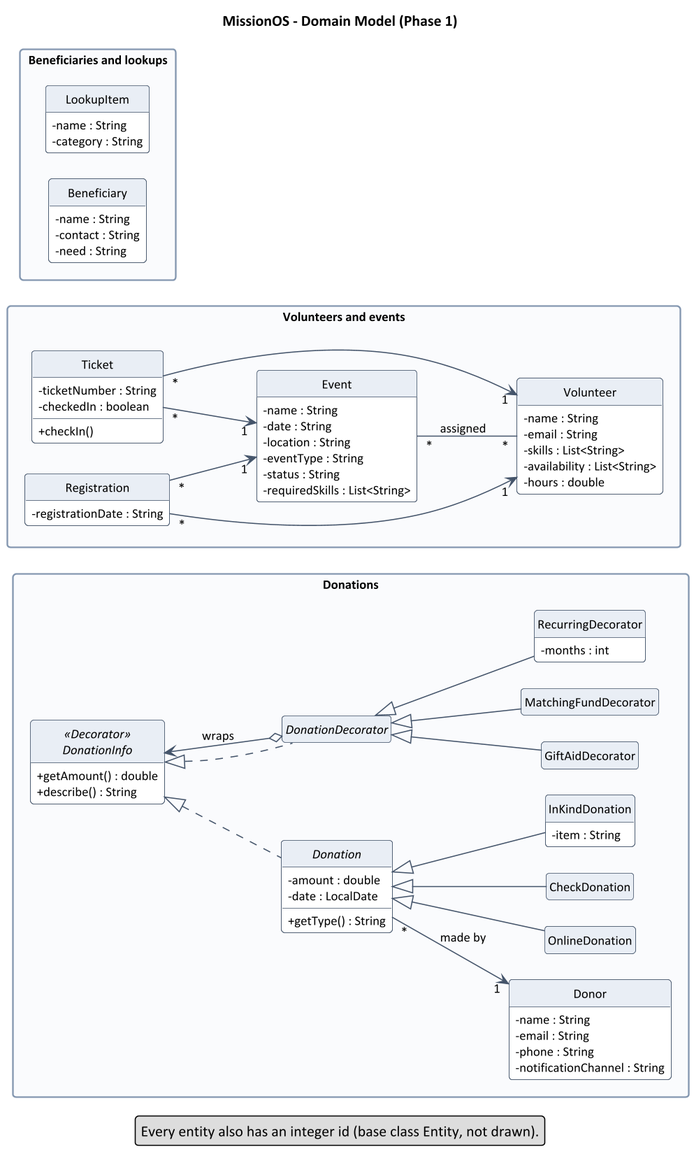
Earlier version of the PlantUML export docs/diagrams/class-diagram-domain.png (Zeyad88Gowaily/Design-Patterns-Project).
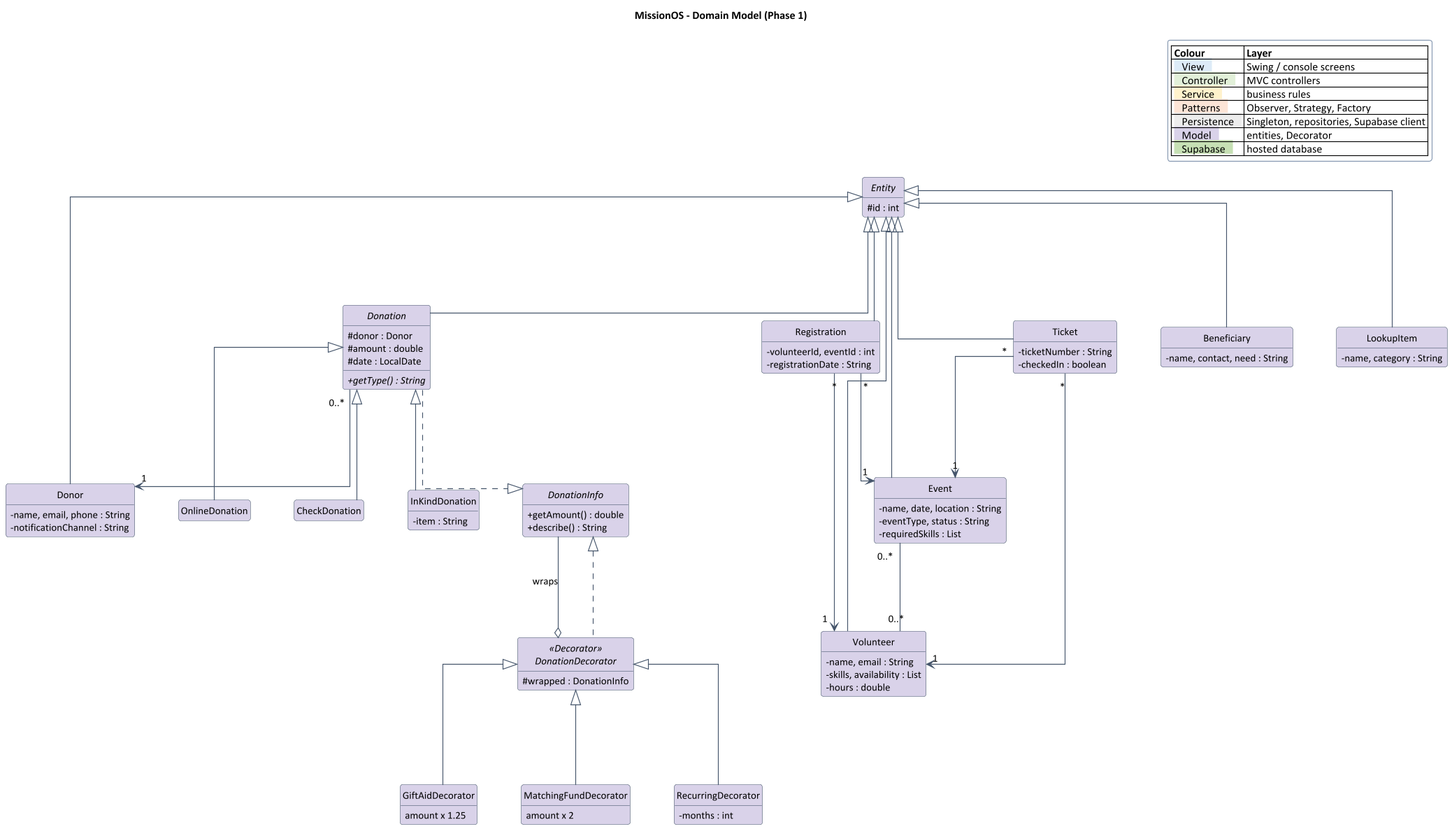
After the change.

The edit, as a diff of the source:
```diff
@@ -1,106 +1,112 @@
 @startuml
-skinparamlocked dpi 150
+skinparamlocked dpi 110
 title MissionOS - Domain Model (Phase 1)
 skinparam shadowing false
 skinparam defaultFontName Calibri
-skinparam defaultFontSize 12
+skinparam defaultFontSize 13
 skinparam classAttributeIconSize 0
 skinparam roundCorner 6
-skinparam nodesep 24
-skinparam ranksep 40
-skinparam packageStyle rectangle
+skinparam nodesep 55
+skinparam ranksep 110
+skinparam linetype ortho
 skinparam ArrowColor #44546A
 skinparam ClassBorderColor #44546A
-skinparam ClassBackgroundColor #FFFFFF
-skinparam ClassHeaderBackgroundColor #E9EEF5
-skinparam PackageBorderColor #8497B0
-skinparam PackageBackgroundColor #FAFBFD
-skinparam PackageFontStyle bold
-skinparam NoteBackgroundColor #FFF8E1
-skinparam NoteBorderColor #BF9000
+skinparam LegendBackgroundColor #FFFFFF
+skinparam LegendBorderColor #8497B0
 hide circle
 hide empty members
-left to right direction
-package "Donations" {
-  class Donor {
-    - name : String
-    - email : String
-    - phone : String
-    - notificationChannel : String
-  }
-  abstract class Donation {
-    - amount : double
-    - date : LocalDate
-    + getType() : String
-  }
-  class OnlineDonation
-  class CheckDonation
-  class InKindDonation {
-    - item : String
-  }
-  interface DonationInfo <<Decorator>> {
-    + getAmount() : double
-    + describe() : String
-  }
-  abstract class DonationDecorator
-  class GiftAidDecorator
-  class MatchingFundDecorator
-  class RecurringDecorator {
-    - months : int
-  }
+
+legend top right
+  |= Colour |= Layer |
+  | <back:#DDEBF7>   View   </back> | Swing / console screens |
+  | <back:#E2F0D9>   Controller   </back> | MVC controllers |
+  | <back:#FFF2CC>   Service   </back> | business rules |
+  | <back:#FCE4D6>   Patterns   </back> | Observer, Strategy, Factory |
+  | <back:#EDEDED>   Persistence   </back> | Singleton, repositories, Supabase client |
+  | <back:#D9D2E9>   Model   </back> | entities, Decorator |
+  | <back:#C6E0B4>   Supabase   </back> | hosted database |
+endlegend
+
+abstract class Entity #D9D2E9 {
+  # id : int
 }
-package "Volunteers and events" {
-  class Volunteer {
-    - name : String
-    - email : String
-    - skills : List<String>
-    - availability : List<String>
-    - hours : double
-  }
-  class Event {
-    - name : String
-    - date : String
-    - location : String
-    - eventType : String
-    - status : String
-    - requiredSkills : List<String>
-  }
-  class Registration {
-    - registrationDate : String
-  }
-  class Ticket {
-    - ticketNumber : String
-    - checkedIn : boolean
-    + checkIn()
-  }
+class Donor #D9D2E9 {
+  - name, email, phone : String
+  - notificationChannel : String
 }
-package "Beneficiaries and lookups" {
-  class Beneficiary {
-    - name : String
-    - contact : String
-    - need : String
-  }
-  class LookupItem {
-    - name : String
-    - category : String
-  }
+abstract class Donation #D9D2E9 {
+  # donor : Donor
+  # amount : double
+  # date : LocalDate
+  + {abstract} getType() : String
 }
+interface DonationInfo #D9D2E9 {
+  + getAmount() : double
+  + describe() : String
+}
+class OnlineDonation #D9D2E9
+class CheckDonation #D9D2E9
+class InKindDonation #D9D2E9 {
+  - item : String
+}
+abstract class DonationDecorator <<Decorator>> #D9D2E9 {
+  # wrapped : DonationInfo
+}
+class GiftAidDecorator #D9D2E9 {
+  amount x 1.25
+}
+class MatchingFundDecorator #D9D2E9 {
+  amount x 2
+}
+class RecurringDecorator #D9D2E9 {
+  - months : int
+}
+class Volunteer #D9D2E9 {
+  - name, email : String
+  - skills, availability : List
+  - hours : double
+}
+class Event #D9D2E9 {
+  - name, date, location : String
+  - eventType, status : String
+  - requiredSkills : List
+}
+class Registration #D9D2E9 {
+  - volunteerId, eventId : int
+  - registrationDate : String
+}
+class Ticket #D9D2E9 {
+  - ticketNumber : String
+  - checkedIn : boolean
+}
+class Beneficiary #D9D2E9 {
+  - name, contact, need : String
+}
+class LookupItem #D9D2E9 {
+  - name, category : String
+}
+
+Entity <|-- Donor
+Entity <|-- Donation
+Entity <|-- Volunteer
+Entity <|-- Event
+Entity <|-- Registration
+Entity <|-- Ticket
+Entity <|-- Beneficiary
+Entity <|-- LookupItem
+Donation ..|> DonationInfo
 Donation <|-- OnlineDonation
 Donation <|-- CheckDonation
 Donation <|-- InKindDonation
-DonationInfo <|.. Donation
 DonationInfo <|.. DonationDecorator
-DonationDecorator o--> DonationInfo : wraps
+DonationDecorator o-- DonationInfo : wraps
 DonationDecorator <|-- GiftAidDecorator
 DonationDecorator <|-- MatchingFundDecorator
 DonationDecorator <|-- RecurringDecorator
-Donation "*" --> "1" Donor : made by
-Event "*" -- "*" Volunteer : assigned
+Donation "0..*" --> "1" Donor
+Event "0..*" -- "0..*" Volunteer
 Registration "*" --> "1" Event
 Registration "*" --> "1" Volunteer
 Ticket "*" --> "1" Event
 Ticket "*" --> "1" Volunteer
-legend bottom
-  Every entity also has an integer id (base class Entity, not drawn).
-endlegend
 @enduml
```
